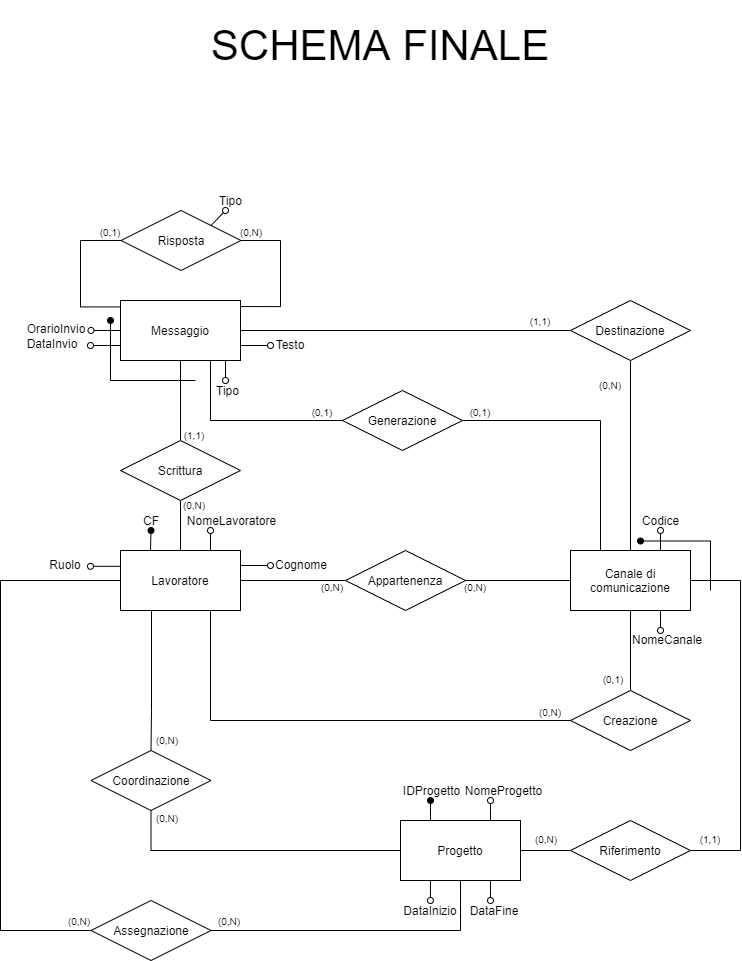
martafra/BD-Chat-Multicanale keeps this draw.io diagram as Relazione/Schema ER/ristrutturato-schema-finale.png. Above is the earlier version. Source tidied: cells renumbered, new cells last; positions are measured from the earlier drawing's top-left corner, leaving out a move shared by most shapes.
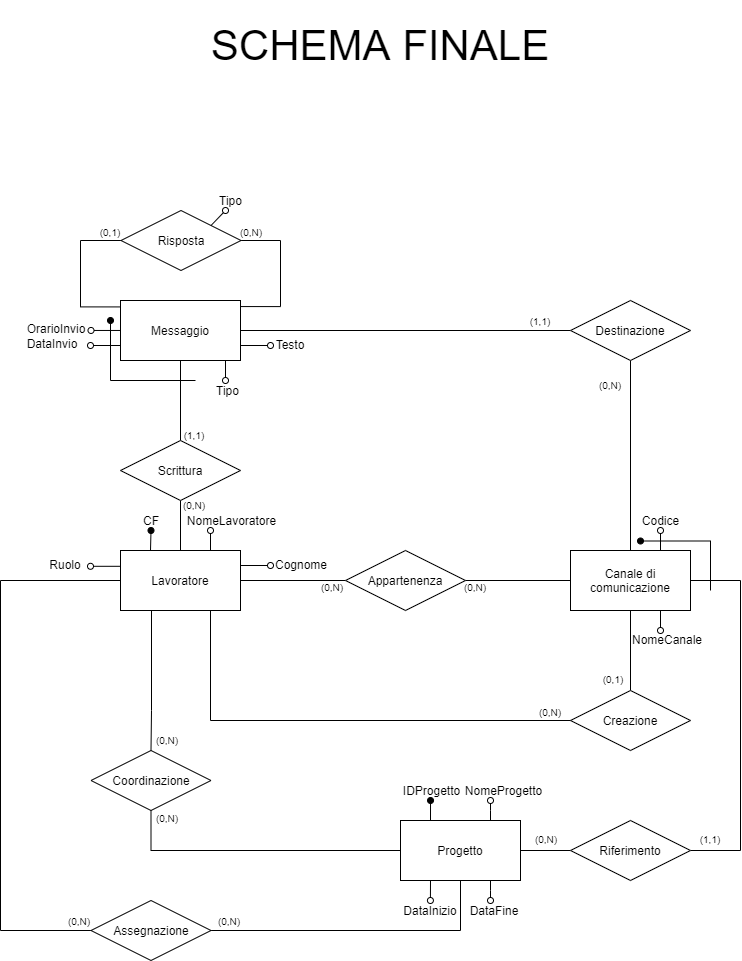
After the commit.

Change to the diagram source:
```diff
@@ -48,9 +48,6 @@
         <mxPoint x="270" y="345" as="targetPoint" />
       </mxGeometry>
     </mxCell>
-    <mxCell id="13" style="edgeStyle=orthogonalEdgeStyle;rounded=0;jettySize=auto;html=1;exitX=0.75;exitY=1;exitDx=0;exitDy=0;entryX=0;entryY=0.5;entryDx=0;entryDy=0;endArrow=none;endFill=0;startArrow=none;startFill=0;" parent="1" edge="1" source="14" target="72">
-      <mxGeometry relative="1" as="geometry" />
-    </mxCell>
     <mxCell id="14" value="Messaggio" style="rounded=0;whiteSpace=wrap;html=1;" parent="1" vertex="1">
       <mxGeometry x="120" y="300" width="120" height="60" as="geometry" />
     </mxCell>
@@ -277,12 +274,6 @@
     <mxCell id="70" value="(1,1)" style="text;html=1;strokeColor=none;fillColor=none;align=center;verticalAlign=middle;whiteSpace=wrap;rounded=0;fontSize=10;" parent="1" vertex="1">
       <mxGeometry x="700" y="834" width="20" height="10" as="geometry" />
     </mxCell>
-    <mxCell id="71" style="edgeStyle=orthogonalEdgeStyle;rounded=0;jettySize=auto;html=1;exitX=1;exitY=0.5;exitDx=0;exitDy=0;entryX=0.25;entryY=0;entryDx=0;entryDy=0;endArrow=none;endFill=0;" parent="1" edge="1" source="72" target="8">
-      <mxGeometry relative="1" as="geometry" />
-    </mxCell>
-    <mxCell id="72" value="Generazione" style="shape=rhombus;perimeter=rhombusPerimeter;whiteSpace=wrap;html=1;align=center;" parent="1" vertex="1">
-      <mxGeometry x="342" y="390" width="120" height="60" as="geometry" />
-    </mxCell>
     <mxCell id="73" style="edgeStyle=orthogonalEdgeStyle;rounded=0;jettySize=auto;html=1;exitX=0.875;exitY=1;exitDx=0;exitDy=0;endArrow=oval;endFill=0;exitPerimeter=0;" parent="1" edge="1" source="14">
       <mxGeometry relative="1" as="geometry">
         <mxPoint x="225" y="380" as="targetPoint" />
@@ -291,12 +282,6 @@
     <mxCell id="74" value="Tipo" style="text;html=1;strokeColor=none;fillColor=none;align=center;verticalAlign=middle;whiteSpace=wrap;rounded=0;" parent="1" vertex="1">
       <mxGeometry x="215" y="380" width="25" height="20" as="geometry" />
     </mxCell>
-    <mxCell id="75" value="(0,1)" style="text;html=1;strokeColor=none;fillColor=none;align=center;verticalAlign=middle;whiteSpace=wrap;rounded=0;fontSize=10;" parent="1" vertex="1">
-      <mxGeometry x="312" y="407" width="20" height="10" as="geometry" />
-    </mxCell>
-    <mxCell id="76" value="(0,1)" style="text;html=1;strokeColor=none;fillColor=none;align=center;verticalAlign=middle;whiteSpace=wrap;rounded=0;fontSize=10;" parent="1" vertex="1">
-      <mxGeometry x="470" y="407" width="20" height="10" as="geometry" />
-    </mxCell>
     <mxCell id="77" style="edgeStyle=orthogonalEdgeStyle;rounded=0;orthogonalLoop=1;jettySize=auto;html=1;exitX=0;exitY=0.75;exitDx=0;exitDy=0;endArrow=oval;endFill=0;" parent="1" edge="1">
       <mxGeometry relative="1" as="geometry">
         <mxPoint x="120.5" y="330" as="sourcePoint" />
```
